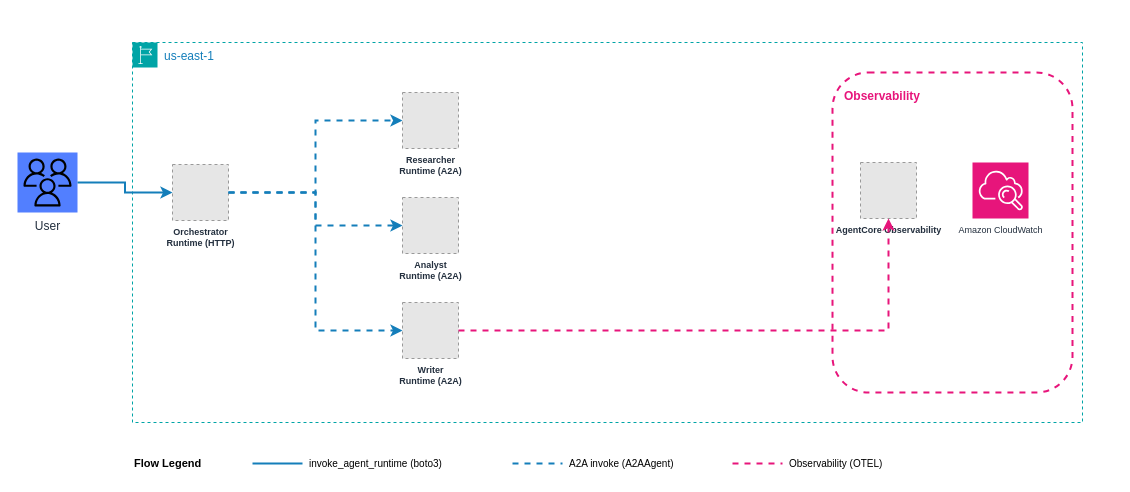
This is samples/06-dynamic-swarm/production/architecture.drawio from aws-samples/sample-multi-agent-systems-with-strands-workshop, a draw.io file, before an edit. Source tidied: cells renumbered, new cells numbered last; positions are measured from the earlier drawing's top-left corner, leaving out a move shared by most shapes. Both pictures are drawn from the tidied source at 100%, with x=0, y=0 at pixel (17, 42). Pictures stored in the file or linked from it are replaced by grey dashed boxes.
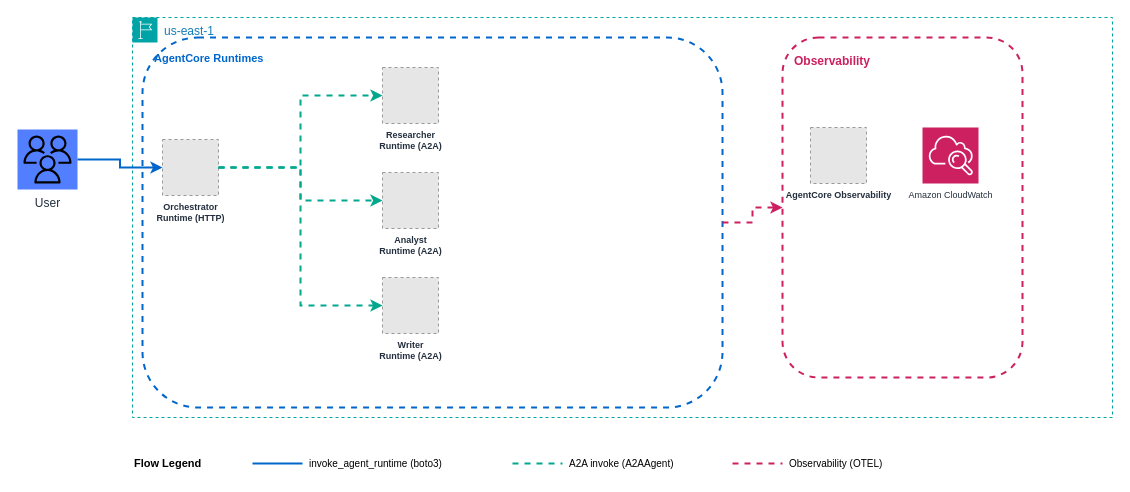
After the change.

Commit message (it also covers changes not shown here):
Update architecture diagrams for modules 06, 07, 08

Diff of the diagram source:
```diff
@@
     <mxCell id="2" value="User" style="sketch=0;outlineConnect=0;fontColor=#232F3E;gradientColor=none;fillColor=#527FFF;strokeColor=none;dashed=0;verticalLabelPosition=bottom;verticalAlign=top;align=center;html=1;fontSize=12;fontStyle=0;shape=mxgraph.aws4.resourceIcon;resIcon=mxgraph.aws4.users;" parent="1" vertex="1">
-      <mxGeometry y="110" width="60" height="60" as="geometry" />
+      <mxGeometry y="87" width="60" height="60" as="geometry" />
     </mxCell>
     <mxCell id="3" value="us-east-1" style="gradientColor=none;html=1;whiteSpace=wrap;fontSize=12;fontStyle=0;shape=mxgraph.aws4.group;grIcon=mxgraph.aws4.group_region;strokeColor=#00A4A6;fillColor=none;verticalAlign=top;align=left;spacingLeft=30;fontColor=#147EBA;dashed=1;" parent="1" vertex="1">
-      <mxGeometry x="115" width="950" height="380" as="geometry" />
+      <mxGeometry x="115" y="-25" width="980" height="400" as="geometry" />
     </mxCell>
+    <mxCell id="23" value="AgentCore Runtimes" style="rounded=1;whiteSpace=wrap;html=1;fillColor=none;strokeColor=#0066CC;strokeWidth=2;dashed=1;fontSize=11;fontStyle=1;fontColor=#0066CC;verticalAlign=top;align=left;spacingLeft=10;spacingTop=8;" parent="3" vertex="1">
+      <mxGeometry x="10" y="20" width="580" height="370" as="geometry" />
+    </mxCell>
     <mxCell id="4" value="Orchestrator&lt;div&gt;Runtime (HTTP)&lt;/div&gt;" style="fillColor=#E6E6E6;strokeColor=#999999;dashed=1;html=1;verticalLabelPosition=bottom;labelBackgroundColor=none;verticalAlign=top;fontSize=9;fontStyle=1;fontColor=#232F3E;" parent="3" vertex="1">
-      <mxGeometry x="40" y="122" width="56" height="56" as="geometry" />
+      <mxGeometry x="30" y="122" width="56" height="56" as="geometry" />
     </mxCell>
     <mxCell id="5" value="Researcher&lt;div&gt;Runtime (A2A)&lt;/div&gt;" style="fillColor=#E6E6E6;strokeColor=#999999;dashed=1;html=1;verticalLabelPosition=bottom;labelBackgroundColor=none;verticalAlign=top;fontSize=9;fontStyle=1;fontColor=#232F3E;" parent="3" vertex="1">
-      <mxGeometry x="270" y="50" width="56" height="56" as="geometry" />
+      <mxGeometry x="250" y="50" width="56" height="56" as="geometry" />
     </mxCell>
     <mxCell id="6" value="Analyst&lt;div&gt;Runtime (A2A)&lt;/div&gt;" style="fillColor=#E6E6E6;strokeColor=#999999;dashed=1;html=1;verticalLabelPosition=bottom;labelBackgroundColor=none;verticalAlign=top;fontSize=9;fontStyle=1;fontColor=#232F3E;" parent="3" vertex="1">
-      <mxGeometry x="270" y="155" width="56" height="56" as="geometry" />
+      <mxGeometry x="250" y="155" width="56" height="56" as="geometry" />
     </mxCell>
     <mxCell id="7" value="Writer&lt;div&gt;Runtime (A2A)&lt;/div&gt;" style="fillColor=#E6E6E6;strokeColor=#999999;dashed=1;html=1;verticalLabelPosition=bottom;labelBackgroundColor=none;verticalAlign=top;fontSize=9;fontStyle=1;fontColor=#232F3E;" parent="3" vertex="1">
-      <mxGeometry x="270" y="260" width="56" height="56" as="geometry" />
+      <mxGeometry x="250" y="260" width="56" height="56" as="geometry" />
     </mxCell>
-    <mxCell id="8" value="Observability" style="rounded=1;whiteSpace=wrap;html=1;fillColor=none;strokeColor=#E7157B;strokeWidth=2;dashed=1;fontSize=12;fontStyle=1;fontColor=#E7157B;verticalAlign=top;align=left;spacingLeft=10;spacingTop=10;" parent="3" vertex="1">
-      <mxGeometry x="700" y="30" width="240" height="320" as="geometry" />
+    <mxCell id="8" value="Observability" style="rounded=1;whiteSpace=wrap;html=1;fillColor=none;strokeColor=#CC2060;strokeWidth=2;dashed=1;fontSize=12;fontStyle=1;fontColor=#CC2060;verticalAlign=top;align=left;spacingLeft=10;spacingTop=10;" parent="3" vertex="1">
+      <mxGeometry x="650" y="20" width="240" height="340" as="geometry" />
     </mxCell>
     <mxCell id="9" value="AgentCore Observability" style="fillColor=#E6E6E6;strokeColor=#999999;dashed=1;html=1;verticalLabelPosition=bottom;labelBackgroundColor=none;verticalAlign=top;fontSize=9;fontStyle=1;fontColor=#232F3E;" parent="3" vertex="1">
-      <mxGeometry x="728" y="120" width="56" height="56" as="geometry" />
+      <mxGeometry x="678" y="110" width="56" height="56" as="geometry" />
     </mxCell>
-    <mxCell id="10" value="Amazon CloudWatch" style="sketch=0;fontColor=#232F3E;fillColor=#E7157B;strokeColor=#ffffff;dashed=0;verticalLabelPosition=bottom;verticalAlign=top;align=center;html=1;fontSize=9;fontStyle=0;shape=mxgraph.aws4.resourceIcon;resIcon=mxgraph.aws4.cloudwatch;" parent="3" vertex="1">
-      <mxGeometry x="840" y="120" width="56" height="56" as="geometry" />
+    <mxCell id="10" value="Amazon CloudWatch" style="sketch=0;fontColor=#232F3E;fillColor=#CC2060;strokeColor=#ffffff;dashed=0;verticalLabelPosition=bottom;verticalAlign=top;align=center;html=1;fontSize=9;fontStyle=0;shape=mxgraph.aws4.resourceIcon;resIcon=mxgraph.aws4.cloudwatch;" parent="3" vertex="1">
+      <mxGeometry x="790" y="110" width="56" height="56" as="geometry" />
     </mxCell>
-    <mxCell id="11" style="edgeStyle=orthogonalEdgeStyle;rounded=0;jettySize=auto;html=1;strokeColor=#147EBA;strokeWidth=2;exitX=1;exitY=0.5;exitDx=0;exitDy=0;entryX=0;entryY=0.5;entryDx=0;entryDy=0;" parent="1" edge="1" source="2" target="4">
+    <mxCell id="11" style="edgeStyle=orthogonalEdgeStyle;rounded=0;jettySize=auto;html=1;strokeColor=#0066CC;strokeWidth=2;flowAnimation=1;exitX=1;exitY=0.5;exitDx=0;exitDy=0;entryX=0;entryY=0.5;entryDx=0;entryDy=0;" parent="1" edge="1" source="2" target="4">
       <mxGeometry relative="1" as="geometry" />
     </mxCell>
-    <mxCell id="12" style="edgeStyle=orthogonalEdgeStyle;rounded=0;jettySize=auto;html=1;strokeColor=#147EBA;strokeWidth=2;dashed=1;exitX=1;exitY=0.5;exitDx=0;exitDy=0;entryX=0;entryY=0.5;entryDx=0;entryDy=0;" parent="3" edge="1" source="4" target="5">
+    <mxCell id="12" style="edgeStyle=orthogonalEdgeStyle;rounded=0;jettySize=auto;html=1;strokeColor=#01A88D;strokeWidth=2;flowAnimation=1;dashed=1;exitX=1;exitY=0.5;exitDx=0;exitDy=0;entryX=0;entryY=0.5;entryDx=0;entryDy=0;" parent="3" edge="1" source="4" target="5">
       <mxGeometry relative="1" as="geometry" />
     </mxCell>
-    <mxCell id="13" style="edgeStyle=orthogonalEdgeStyle;rounded=0;jettySize=auto;html=1;strokeColor=#147EBA;strokeWidth=2;dashed=1;exitX=1;exitY=0.5;exitDx=0;exitDy=0;entryX=0;entryY=0.5;entryDx=0;entryDy=0;" parent="3" edge="1" source="4" target="6">
+    <mxCell id="13" style="edgeStyle=orthogonalEdgeStyle;rounded=0;jettySize=auto;html=1;strokeColor=#01A88D;strokeWidth=2;flowAnimation=1;dashed=1;exitX=1;exitY=0.5;exitDx=0;exitDy=0;entryX=0;entryY=0.5;entryDx=0;entryDy=0;" parent="3" edge="1" source="4" target="6">
       <mxGeometry relative="1" as="geometry" />
     </mxCell>
-    <mxCell id="14" style="edgeStyle=orthogonalEdgeStyle;rounded=0;jettySize=auto;html=1;strokeColor=#147EBA;strokeWidth=2;dashed=1;exitX=1;exitY=0.5;exitDx=0;exitDy=0;entryX=0;entryY=0.5;entryDx=0;entryDy=0;" parent="3" edge="1" source="4" target="7">
+    <mxCell id="14" style="edgeStyle=orthogonalEdgeStyle;rounded=0;jettySize=auto;html=1;strokeColor=#01A88D;strokeWidth=2;flowAnimation=1;dashed=1;exitX=1;exitY=0.5;exitDx=0;exitDy=0;entryX=0;entryY=0.5;entryDx=0;entryDy=0;" parent="3" edge="1" source="4" target="7">
       <mxGeometry relative="1" as="geometry" />
     </mxCell>
-    <mxCell id="15" style="edgeStyle=orthogonalEdgeStyle;rounded=0;jettySize=auto;html=1;strokeColor=#E7157B;strokeWidth=2;dashed=1;exitX=1;exitY=0.5;exitDx=0;exitDy=0;" parent="3" edge="1" source="7" target="9">
+    <mxCell id="15" style="edgeStyle=orthogonalEdgeStyle;rounded=0;jettySize=auto;html=1;strokeColor=#CC2060;strokeWidth=2;flowAnimation=1;dashed=1;" parent="3" edge="1" source="23" target="8">
       <mxGeometry relative="1" as="geometry" />
     </mxCell>
@@
-    <mxCell id="17" style="edgeStyle=orthogonalEdgeStyle;rounded=0;orthogonalLoop=1;jettySize=auto;html=1;strokeColor=#147EBA;strokeWidth=2;endArrow=none;" parent="1" edge="1">
+    <mxCell id="17" style="edgeStyle=orthogonalEdgeStyle;rounded=0;orthogonalLoop=1;jettySize=auto;html=1;strokeColor=#0066CC;strokeWidth=2;endArrow=none;" parent="1" edge="1">
       <mxGeometry relative="1" as="geometry">
         <mxPoint x="235" y="421" as="sourcePoint" />
         <mxPoint x="285" y="421" as="targetPoint" />
       </mxGeometry>
     </mxCell>
@@
-    <mxCell id="19" style="edgeStyle=orthogonalEdgeStyle;rounded=0;orthogonalLoop=1;jettySize=auto;html=1;strokeColor=#147EBA;strokeWidth=2;dashed=1;endArrow=none;" parent="1" edge="1">
+    <mxCell id="19" style="edgeStyle=orthogonalEdgeStyle;rounded=0;orthogonalLoop=1;jettySize=auto;html=1;strokeColor=#01A88D;strokeWidth=2;dashed=1;endArrow=none;" parent="1" edge="1">
       <mxGeometry relative="1" as="geometry">
         <mxPoint x="495" y="421" as="sourcePoint" />
         <mxPoint x="545" y="421" as="targetPoint" />
       </mxGeometry>
     </mxCell>
@@
-    <mxCell id="21" style="edgeStyle=orthogonalEdgeStyle;rounded=0;orthogonalLoop=1;jettySize=auto;html=1;strokeColor=#E7157B;strokeWidth=2;dashed=1;endArrow=none;" parent="1" edge="1">
-      <mxGeometry relative="1" as="geometry">
-        <mxPoint x="715" y="421" as="sourcePoint" />
-        <mxPoint x="765" y="421" as="targetPoint" />
-      </mxGeometry>
-    </mxCell>
+    <mxCell id="24" style="edgeStyle=orthogonalEdgeStyle;rounded=0;orthogonalLoop=1;jettySize=auto;html=1;strokeColor=#CC2060;strokeWidth=2;dashed=1;endArrow=none;" parent="1" edge="1">
+      <mxGeometry relative="1" as="geometry">
+        <mxPoint x="715" y="421" as="sourcePoint" />
+        <mxPoint x="765" y="421" as="targetPoint" />
+      </mxGeometry>
+    </mxCell>
```
